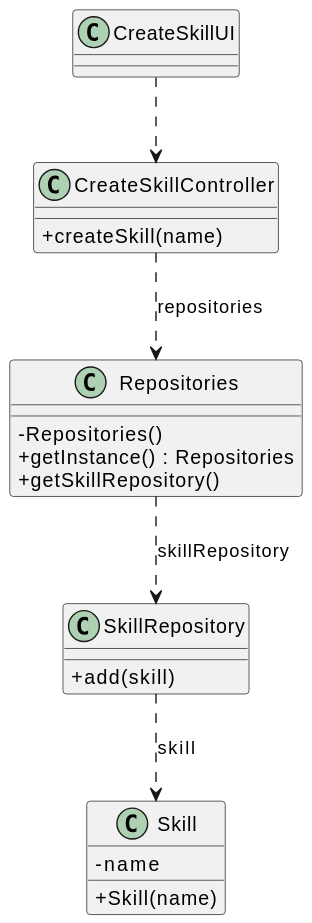
Before: docs/sprintC/us001/03.design/svg/us001-class-diagram.svg, a diagram exported from PlantUML (Departamento-de-Engenharia-Informatica/lei-24-s2-1dm-g132).
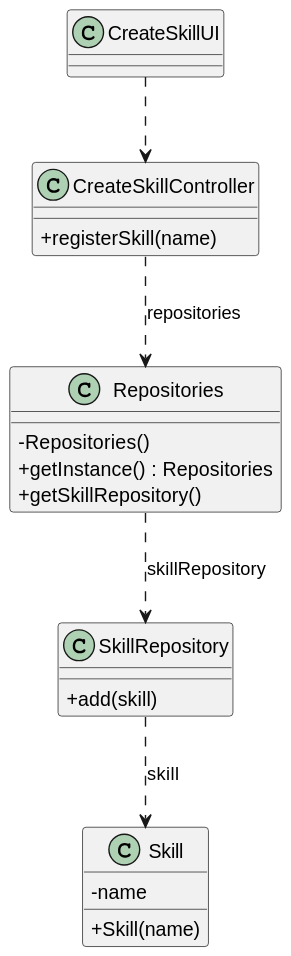
After the change.

Commit message:
US01 Method name minor change

What changed in the source:
```diff
@@ -2,7 +2,7 @@
 skinparam classAttributeIconSize 0
 
 class CreateSkillController {
-    +createSkill(name)
+    +registerSkill(name)
 }
 
 
```
